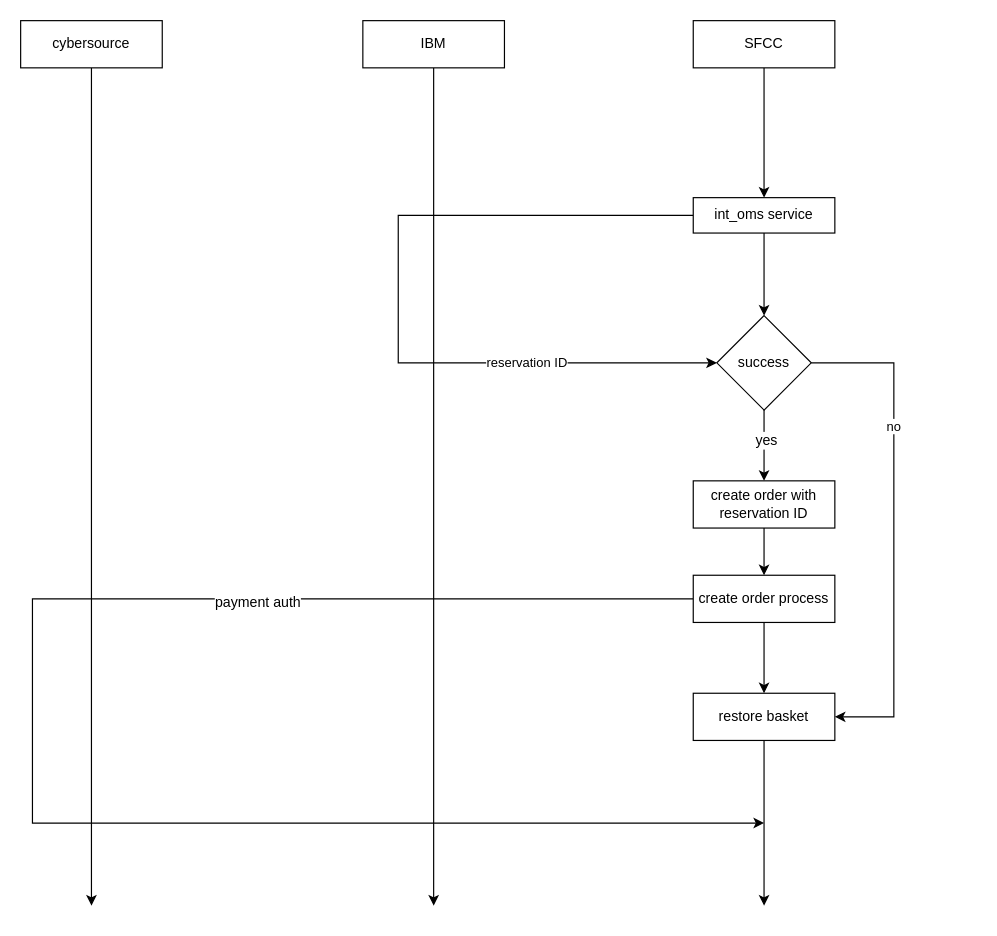
soum/pnd-diagrams keeps this draw.io diagram as page "inventory reservation" (4 of 5) of Untitled Diagram.drawio. Above is the earlier version. Source tidied: cells renumbered, new cells numbered last; positions are measured from the earlier drawing's top-left corner, leaving out a move shared by most shapes. Both pictures are drawn from the tidied source at 118%, with x=0, y=0 at pixel (20, 20).
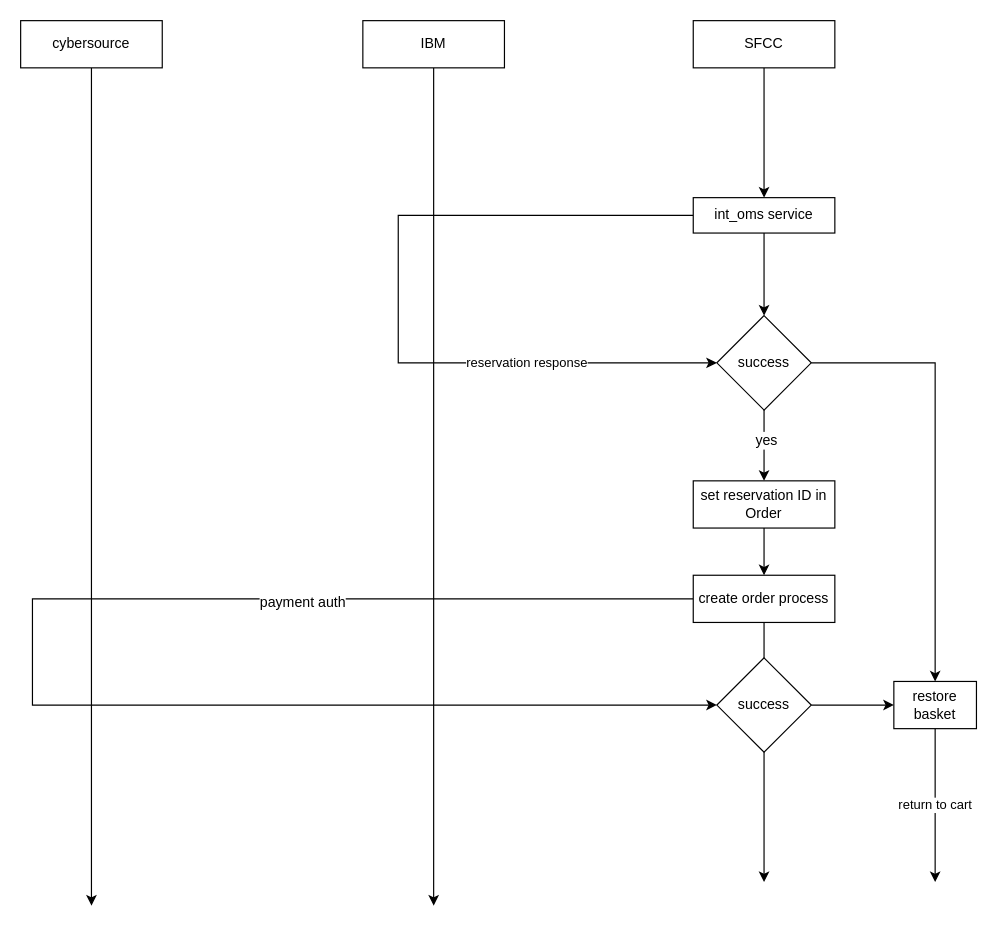
After the change.

The change refers to these unchanged cells:
```xml
<mxCell id="8" value="int_oms service" style="rounded=0;whiteSpace=wrap;html=1;shadow=0;glass=0;comic=0;" parent="1" vertex="1">
  <mxGeometry x="570" y="150" width="120" height="30" as="geometry" />
</mxCell>
<mxCell id="14" value="success" style="rhombus;whiteSpace=wrap;html=1;rounded=0;shadow=0;glass=0;comic=0;" parent="1" vertex="1">
  <mxGeometry x="590" y="250" width="80" height="80" as="geometry" />
</mxCell>
<mxCell id="21" value="create order process" style="rounded=0;whiteSpace=wrap;html=1;shadow=0;glass=0;comic=0;" parent="1" vertex="1">
  <mxGeometry x="570" y="470" width="120" height="40" as="geometry" />
</mxCell>
```

What changed in the source:
```diff
@@
-    <mxCell id="6" value="reservation ID" style="edgeStyle=orthogonalEdgeStyle;rounded=0;jettySize=auto;html=1;strokeColor=#000000;strokeWidth=1;entryX=0;entryY=0.5;entryDx=0;entryDy=0;" parent="1" edge="1" source="8" target="14">
+    <mxCell id="6" value="reservation response" style="edgeStyle=orthogonalEdgeStyle;rounded=0;jettySize=auto;html=1;strokeColor=#000000;strokeWidth=1;entryX=0;entryY=0.5;entryDx=0;entryDy=0;" parent="1" edge="1" source="8" target="14">
       <mxGeometry x="0.5" relative="1" as="geometry">
         <Array as="points">
           <mxPoint x="320" y="165" />
           <mxPoint x="320" y="290" />
         </Array>
       </mxGeometry>
     </mxCell>
@@
-    <mxCell id="13" value="no" style="edgeStyle=orthogonalEdgeStyle;rounded=0;jettySize=auto;html=1;strokeColor=#000000;strokeWidth=1;entryX=1;entryY=0.5;entryDx=0;entryDy=0;" parent="1" edge="1" source="14" target="18">
-      <mxGeometry x="-0.41" relative="1" as="geometry">
+    <mxCell id="13" style="edgeStyle=orthogonalEdgeStyle;rounded=0;jettySize=auto;html=1;strokeColor=#000000;strokeWidth=1;entryX=0.5;entryY=0;entryDx=0;entryDy=0;" parent="1" edge="1" source="14" target="18">
+      <mxGeometry x="-0.44" y="-70" relative="1" as="geometry">
         <Array as="points">
-          <mxPoint x="740" y="290" />
-          <mxPoint x="740" y="590" />
+          <mxPoint x="775" y="290" />
         </Array>
+        <mxPoint x="70" y="70" as="offset" />
       </mxGeometry>
     </mxCell>
@@
-    <mxCell id="15" style="edgeStyle=orthogonalEdgeStyle;rounded=0;jettySize=auto;html=1;exitX=0.5;exitY=1;exitDx=0;exitDy=0;strokeColor=#000000;strokeWidth=1;entryX=0.5;entryY=0;entryDx=0;entryDy=0;" parent="1" edge="1" source="21" target="18">
-      <mxGeometry relative="1" as="geometry" />
+    <mxCell id="15" style="edgeStyle=orthogonalEdgeStyle;rounded=0;jettySize=auto;html=1;exitX=0.5;exitY=1;exitDx=0;exitDy=0;strokeColor=#000000;strokeWidth=1;" parent="1" edge="1" source="21">
+      <mxGeometry relative="1" as="geometry">
+        <mxPoint x="630" y="730" as="targetPoint" />
+      </mxGeometry>
     </mxCell>
-    <mxCell id="16" value="create order with reservation ID" style="rounded=0;whiteSpace=wrap;html=1;shadow=0;glass=0;comic=0;" parent="1" vertex="1">
+    <mxCell id="16" value="set reservation ID in Order" style="rounded=0;whiteSpace=wrap;html=1;shadow=0;glass=0;comic=0;" parent="1" vertex="1">
       <mxGeometry x="570" y="390" width="120" height="40" as="geometry" />
     </mxCell>
-    <mxCell id="17" style="edgeStyle=orthogonalEdgeStyle;rounded=0;jettySize=auto;html=1;strokeColor=#000000;strokeWidth=1;" parent="1" edge="1" source="18">
-      <mxGeometry relative="1" as="geometry">
-        <mxPoint x="630" y="750" as="targetPoint" />
-      </mxGeometry>
-    </mxCell>
-    <mxCell id="18" value="restore basket" style="rounded=0;whiteSpace=wrap;html=1;shadow=0;glass=0;comic=0;" parent="1" vertex="1">
-      <mxGeometry x="570" y="570" width="120" height="40" as="geometry" />
-    </mxCell>
-    <mxCell id="19" style="edgeStyle=orthogonalEdgeStyle;rounded=0;jettySize=auto;html=1;strokeColor=#000000;strokeWidth=1;" parent="1" edge="1" source="21">
+    <mxCell id="19" style="edgeStyle=orthogonalEdgeStyle;rounded=0;jettySize=auto;html=1;strokeColor=#000000;strokeWidth=1;entryX=0;entryY=0.5;entryDx=0;entryDy=0;" parent="1" edge="1" source="21" target="25">
       <mxGeometry relative="1" as="geometry">
-        <mxPoint x="630" y="680" as="targetPoint" />
         <Array as="points">
           <mxPoint x="10" y="490" />
-          <mxPoint x="10" y="680" />
+          <mxPoint x="10" y="580" />
         </Array>
       </mxGeometry>
     </mxCell>
@@
+    <mxCell id="23" value="return to cart" style="edgeStyle=orthogonalEdgeStyle;rounded=0;jettySize=auto;html=1;strokeColor=#000000;strokeWidth=1;" parent="1" edge="1" source="18">
+      <mxGeometry relative="1" as="geometry">
+        <mxPoint x="775" y="730" as="targetPoint" />
+        <Array as="points">
+          <mxPoint x="775" y="730" />
+        </Array>
+      </mxGeometry>
+    </mxCell>
+    <mxCell id="18" value="restore basket" style="rounded=0;whiteSpace=wrap;html=1;shadow=0;glass=0;comic=0;" parent="1" vertex="1">
+      <mxGeometry x="740" y="560" width="70" height="40" as="geometry" />
+    </mxCell>
+    <mxCell id="24" style="edgeStyle=orthogonalEdgeStyle;rounded=0;jettySize=auto;html=1;exitX=1;exitY=0.5;exitDx=0;exitDy=0;entryX=0;entryY=0.5;entryDx=0;entryDy=0;strokeColor=#000000;strokeWidth=1;" parent="1" edge="1" source="25" target="18">
+      <mxGeometry relative="1" as="geometry" />
+    </mxCell>
+    <mxCell id="25" value="success" style="rhombus;whiteSpace=wrap;html=1;rounded=0;shadow=0;glass=0;comic=0;" parent="1" vertex="1">
+      <mxGeometry x="590" y="540" width="80" height="80" as="geometry" />
+    </mxCell>
```
